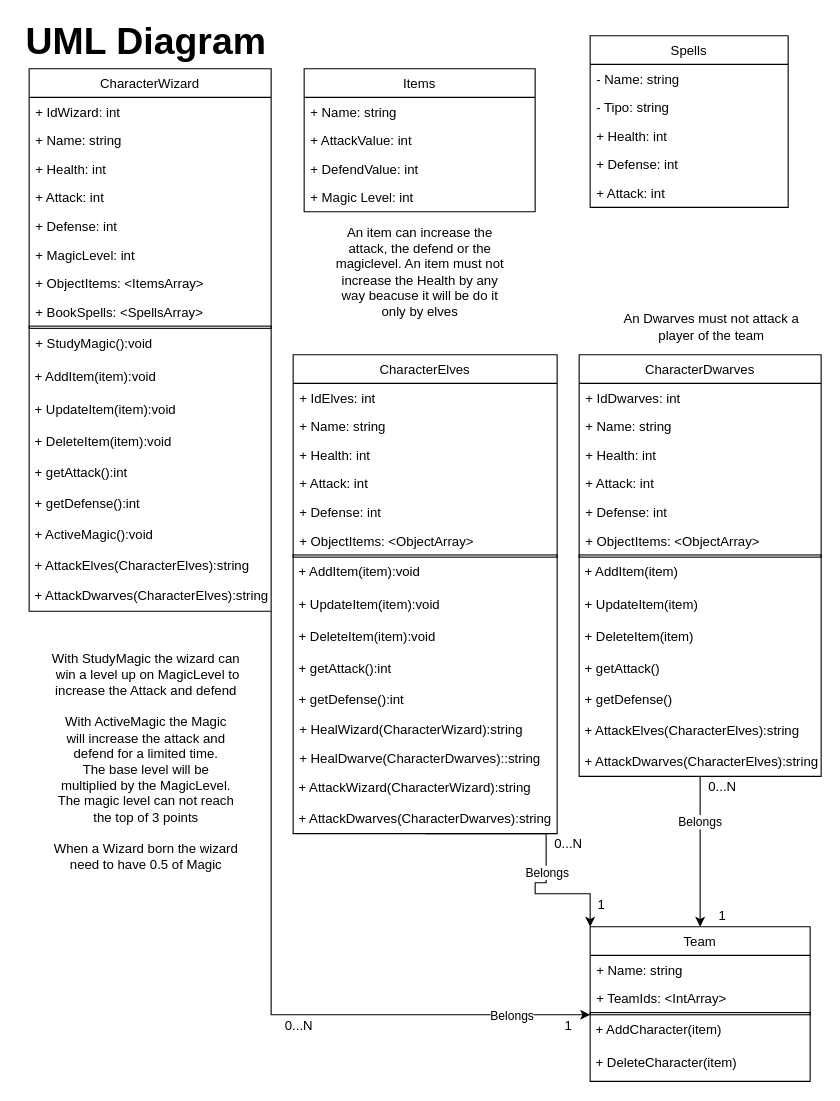
Above: Assets/Diagram.drawio in kevinalvarezvicente/PII_Equipo8_RoleplayGame (draw.io), before the change. Source tidied: cells renumbered, new cells numbered last; positions are measured from the earlier drawing's top-left corner, leaving out a move shared by most shapes. Both pictures are drawn from the tidied source at 110%, with x=0, y=0 at pixel (19, 24).
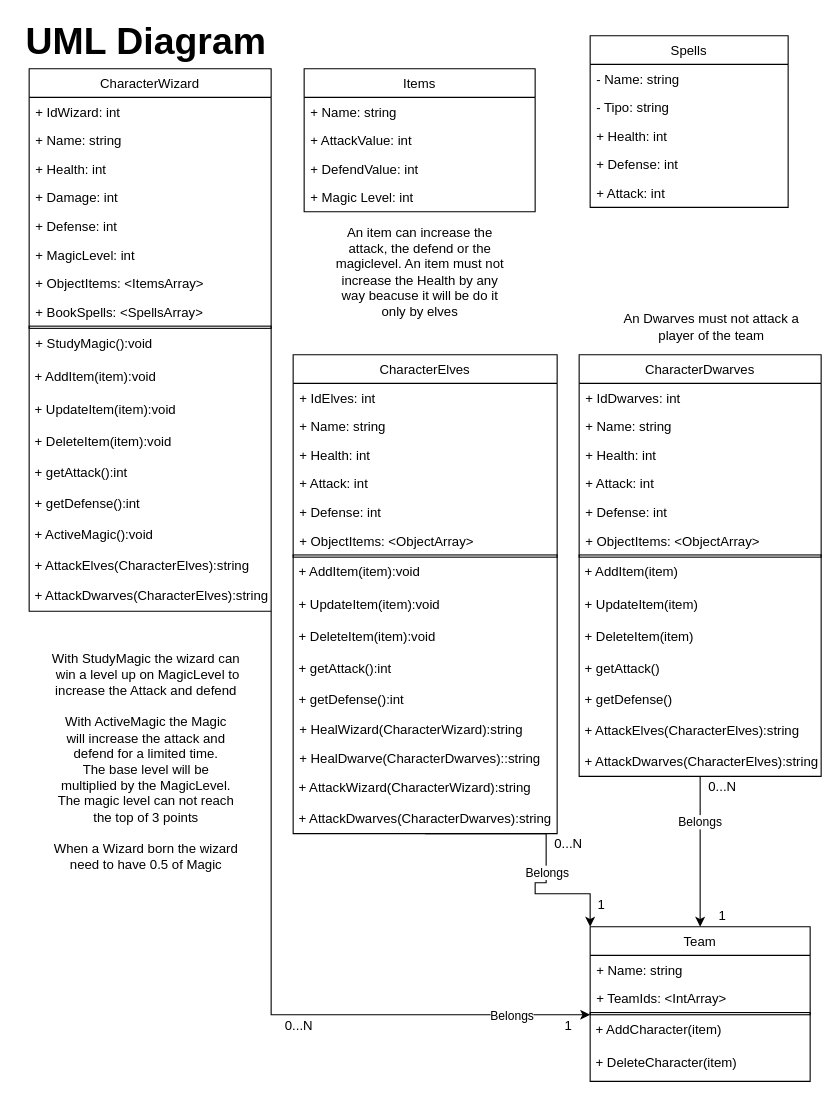
The same diagram, later.

Unchanged cells that the change refers to:
```xml
<mxCell id="2" value="CharacterWizard" style="swimlane;fontStyle=0;horizontal=1;startSize=26;fillColor=none;" parent="1" vertex="1">
  <mxGeometry x="9" y="40" width="220" height="493.2" as="geometry" />
</mxCell>
```

Change to the diagram source:
```diff
@@
-    <mxCell id="6" value="+ Attack: int" style="text;strokeColor=none;fillColor=none;align=left;verticalAlign=top;spacingLeft=4;spacingRight=4;overflow=hidden;" parent="2" vertex="1">
+    <mxCell id="6" value="+ Damage: int" style="text;strokeColor=none;fillColor=none;align=left;verticalAlign=top;spacingLeft=4;spacingRight=4;overflow=hidden;" parent="2" vertex="1">
       <mxGeometry y="104" width="220" height="26" as="geometry" />
     </mxCell>
```
